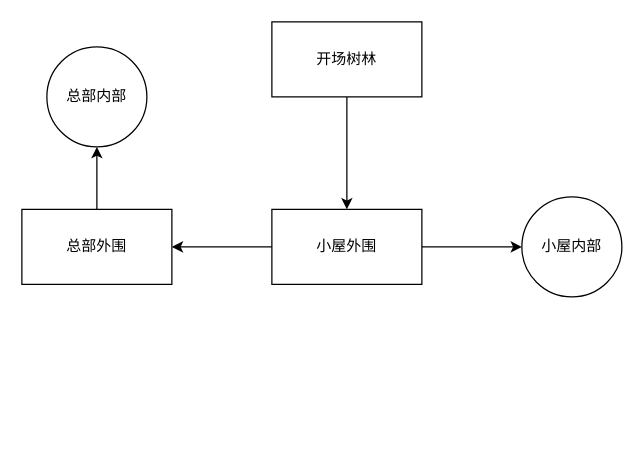
Earlier version of the draw.io diagram DUC2_map.drawio (Bayice/CUHKSZ-CSC4005). Source tidied: cells renumbered, new cells numbered last; positions are measured from the earlier drawing's top-left corner, leaving out a move shared by most shapes. Both pictures are drawn from the tidied source at 125%, with x=0, y=0 at pixel (21, 21).
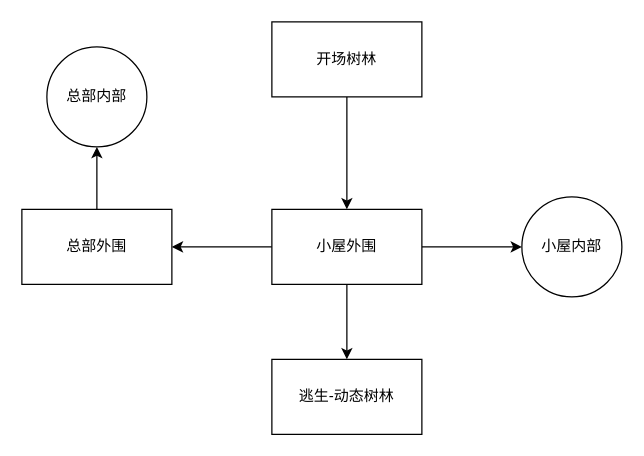
The same diagram, later.

Diff of the diagram source:
```diff
@@
 <mxGraphModel>
   <root>
     <mxCell id="0" />
     <mxCell id="1" parent="0" />
     <mxCell id="2" style="edgeStyle=orthogonalEdgeStyle;rounded=0;jettySize=auto;html=1;" parent="1" edge="1" source="3" target="6">
       <mxGeometry relative="1" as="geometry" />
     </mxCell>
     <mxCell id="3" value="开场树林" style="rounded=0;whiteSpace=wrap;html=1;" parent="1" vertex="1">
       <mxGeometry x="200" width="120" height="60" as="geometry" />
     </mxCell>
     <mxCell id="4" style="edgeStyle=orthogonalEdgeStyle;rounded=0;jettySize=auto;html=1;" parent="1" edge="1" source="6">
       <mxGeometry relative="1" as="geometry">
         <mxPoint x="400" y="180" as="targetPoint" />
       </mxGeometry>
     </mxCell>
     <mxCell id="5" style="edgeStyle=orthogonalEdgeStyle;rounded=0;jettySize=auto;html=1;" parent="1" edge="1" source="6" target="9">
       <mxGeometry relative="1" as="geometry" />
     </mxCell>
+    <mxCell id="11" style="edgeStyle=orthogonalEdgeStyle;rounded=0;jettySize=auto;html=1;" parent="1" edge="1" source="6" target="12">
+      <mxGeometry relative="1" as="geometry" />
+    </mxCell>
     <mxCell id="6" value="小屋外围" style="rounded=0;whiteSpace=wrap;html=1;" parent="1" vertex="1">
       <mxGeometry x="200" y="150" width="120" height="60" as="geometry" />
     </mxCell>
     <mxCell id="7" value="小屋内部" style="ellipse;whiteSpace=wrap;html=1;" parent="1" vertex="1">
       <mxGeometry x="400" y="140" width="80" height="80" as="geometry" />
     </mxCell>
     <mxCell id="8" style="edgeStyle=orthogonalEdgeStyle;rounded=0;jettySize=auto;html=1;" parent="1" edge="1" source="9" target="10">
       <mxGeometry relative="1" as="geometry" />
     </mxCell>
     <mxCell id="9" value="总部外围" style="rounded=0;whiteSpace=wrap;html=1;" parent="1" vertex="1">
       <mxGeometry y="150" width="120" height="60" as="geometry" />
     </mxCell>
     <mxCell id="10" value="总部内部" style="ellipse;whiteSpace=wrap;html=1;rounded=0;" parent="1" vertex="1">
       <mxGeometry x="20" y="20" width="80" height="80" as="geometry" />
     </mxCell>
+    <mxCell id="12" value="逃生-动态树林" style="rounded=0;whiteSpace=wrap;html=1;" parent="1" vertex="1">
+      <mxGeometry x="200" y="270" width="120" height="60" as="geometry" />
+    </mxCell>
   </root>
 </mxGraphModel>
```
